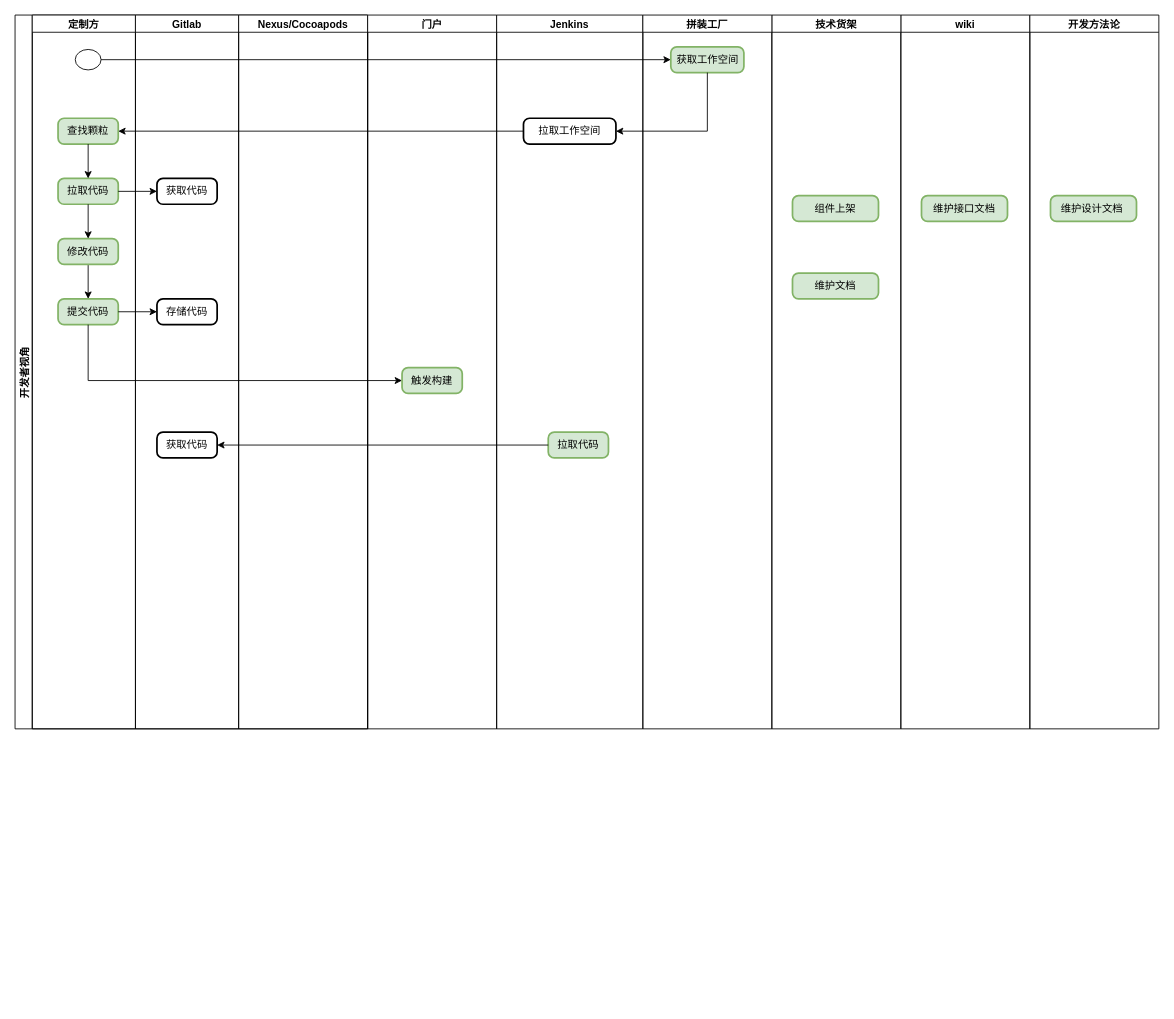
The draw.io diagram page "第 10 页" (10 of 11) of assembly-factory.drawio in kwhitestone/drawio, before the edit. Source tidied: cells renumbered, new cells numbered last; positions are measured from the earlier drawing's top-left corner, leaving out a move shared by most shapes. Both pictures are drawn from the tidied source at 86%, with x=0, y=0 at pixel (15, 15).
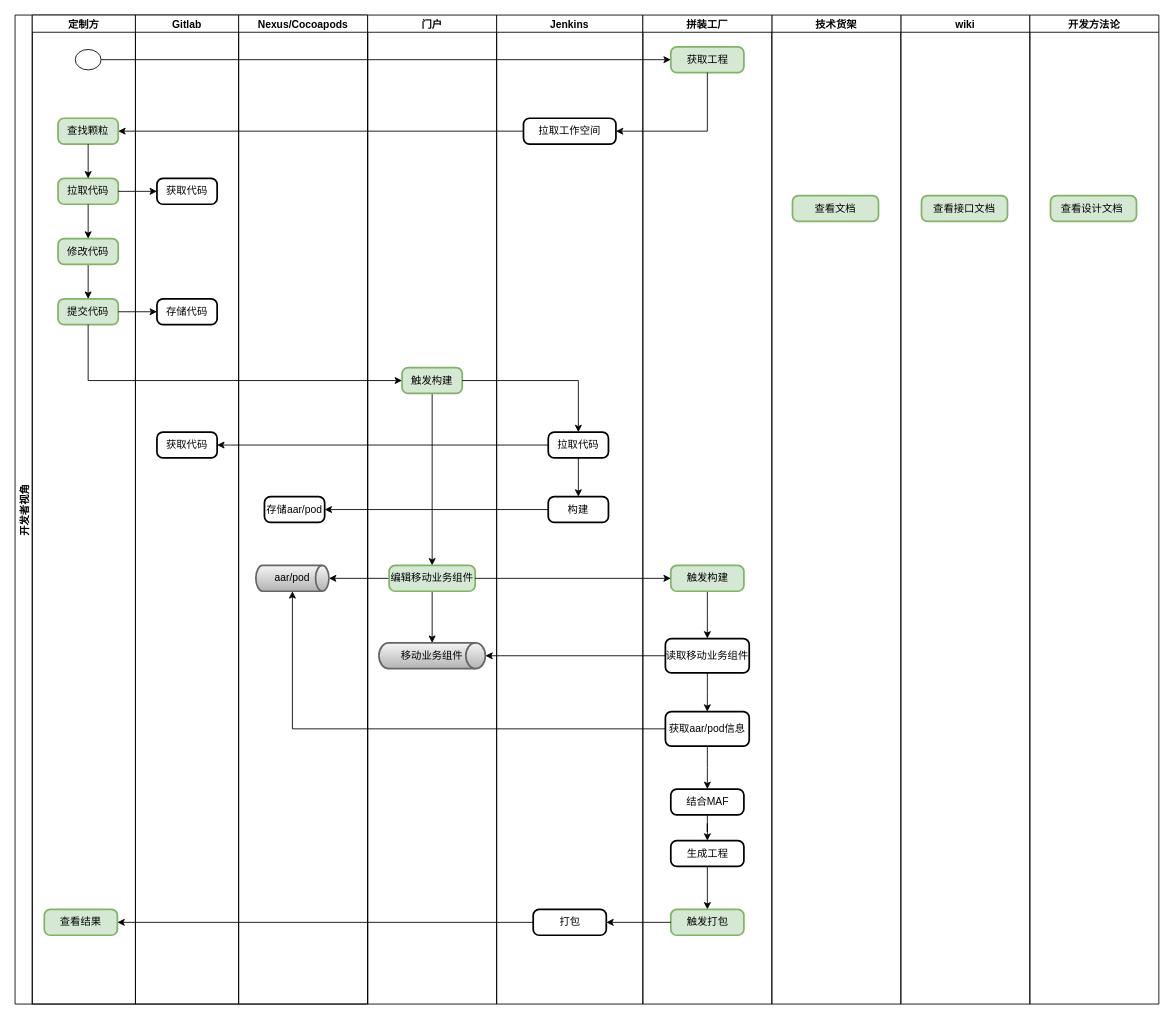
The same page after the edit.

Unchanged cells that the change refers to:
```xml
<mxCell id="20" value="触发构建" style="rounded=1;whiteSpace=wrap;html=1;absoluteArcSize=1;arcSize=14;strokeWidth=2;fillColor=#d5e8d4;strokeColor=#82b366;" parent="19" vertex="1">
  <mxGeometry x="40" y="410" width="70" height="30" as="geometry" />
</mxCell>
```

The edit, as a diff of the source:
```diff
@@
     <mxCell id="2" value="开发者视角" style="swimlane;startSize=20;horizontal=0;" parent="1" vertex="1">
-      <mxGeometry width="410" height="830" as="geometry" />
+      <mxGeometry width="410" height="1150" as="geometry" />
     </mxCell>
     <mxCell id="3" value="定制方" style="swimlane;startSize=20;" parent="2" vertex="1">
-      <mxGeometry x="20" width="120" height="830" as="geometry" />
+      <mxGeometry x="20" width="120" height="1150" as="geometry" />
     </mxCell>
@@
+    <mxCell id="38" value="查看结果" style="rounded=1;whiteSpace=wrap;html=1;absoluteArcSize=1;arcSize=14;strokeWidth=2;fillColor=#d5e8d4;strokeColor=#82b366;" parent="3" vertex="1">
+      <mxGeometry x="14" y="1040" width="85" height="30" as="geometry" />
+    </mxCell>
     <mxCell id="12" value="Gitlab" style="swimlane;startSize=20;" parent="2" vertex="1">
-      <mxGeometry x="140" width="120" height="830" as="geometry" />
+      <mxGeometry x="140" width="120" height="1150" as="geometry" />
     </mxCell>
@@
     <mxCell id="16" value="Nexus/Cocoapods" style="swimlane;startSize=20;" parent="2" vertex="1">
-      <mxGeometry x="260" width="150" height="830" as="geometry" />
+      <mxGeometry x="260" width="150" height="1150" as="geometry" />
     </mxCell>
+    <mxCell id="39" value="存储aar/pod" style="rounded=1;whiteSpace=wrap;html=1;absoluteArcSize=1;arcSize=14;strokeWidth=2;" parent="16" vertex="1">
+      <mxGeometry x="30" y="560" width="70" height="30" as="geometry" />
+    </mxCell>
@@
     <mxCell id="19" value="门户" style="swimlane;startSize=20;" parent="1" vertex="1">
-      <mxGeometry x="410" width="150" height="830" as="geometry" />
+      <mxGeometry x="410" width="150" height="1150" as="geometry" />
     </mxCell>
+    <mxCell id="40" style="edgeStyle=orthogonalEdgeStyle;rounded=0;jettySize=auto;html=1;" parent="19" edge="1" source="20" target="44">
+      <mxGeometry relative="1" as="geometry" />
+    </mxCell>
@@
+    <mxCell id="41" value="aar/pod" style="strokeWidth=2;html=1;shape=mxgraph.flowchart.direct_data;whiteSpace=wrap;fillColor=#f5f5f5;strokeColor=#666666;gradientColor=#b3b3b3;" parent="19" vertex="1">
+      <mxGeometry x="-130" y="640" width="85" height="30" as="geometry" />
+    </mxCell>
+    <mxCell id="42" style="edgeStyle=orthogonalEdgeStyle;rounded=0;jettySize=auto;html=1;entryX=1;entryY=0.5;entryDx=0;entryDy=0;entryPerimeter=0;" parent="19" edge="1" source="44" target="41">
+      <mxGeometry relative="1" as="geometry" />
+    </mxCell>
+    <mxCell id="43" style="edgeStyle=orthogonalEdgeStyle;rounded=0;jettySize=auto;html=1;entryX=0.5;entryY=0;entryDx=0;entryDy=0;entryPerimeter=0;" parent="19" edge="1" source="44" target="45">
+      <mxGeometry relative="1" as="geometry" />
+    </mxCell>
+    <mxCell id="44" value="编辑移动业务组件" style="rounded=1;whiteSpace=wrap;html=1;absoluteArcSize=1;arcSize=14;strokeWidth=2;fillColor=#d5e8d4;strokeColor=#82b366;" parent="19" vertex="1">
+      <mxGeometry x="25" y="640" width="100" height="30" as="geometry" />
+    </mxCell>
+    <mxCell id="45" value="移动业务组件" style="strokeWidth=2;html=1;shape=mxgraph.flowchart.direct_data;whiteSpace=wrap;fillColor=#f5f5f5;strokeColor=#666666;gradientColor=#b3b3b3;" parent="19" vertex="1">
+      <mxGeometry x="13.1" y="730" width="123.8" height="30" as="geometry" />
+    </mxCell>
     <mxCell id="21" value="Jenkins" style="swimlane;startSize=20;" parent="1" vertex="1">
-      <mxGeometry x="560" width="170" height="830" as="geometry" />
+      <mxGeometry x="560" width="170" height="1150" as="geometry" />
     </mxCell>
@@
+    <mxCell id="46" style="edgeStyle=orthogonalEdgeStyle;rounded=0;jettySize=auto;html=1;entryX=0.5;entryY=0;entryDx=0;entryDy=0;" parent="21" edge="1" source="23" target="47">
+      <mxGeometry relative="1" as="geometry" />
+    </mxCell>
-    <mxCell id="23" value="拉取代码" style="rounded=1;whiteSpace=wrap;html=1;absoluteArcSize=1;arcSize=14;strokeWidth=2;fillColor=#d5e8d4;strokeColor=#82b366;" parent="21" vertex="1">
+    <mxCell id="23" value="拉取代码" style="rounded=1;whiteSpace=wrap;html=1;absoluteArcSize=1;arcSize=14;strokeWidth=2;" parent="21" vertex="1">
       <mxGeometry x="60" y="485" width="70" height="30" as="geometry" />
     </mxCell>
+    <mxCell id="47" value="构建" style="rounded=1;whiteSpace=wrap;html=1;absoluteArcSize=1;arcSize=14;strokeWidth=2;" parent="21" vertex="1">
+      <mxGeometry x="60" y="560" width="70" height="30" as="geometry" />
+    </mxCell>
+    <mxCell id="48" value="打包" style="rounded=1;whiteSpace=wrap;html=1;absoluteArcSize=1;arcSize=14;strokeWidth=2;" parent="21" vertex="1">
+      <mxGeometry x="42.5" y="1040" width="85" height="30" as="geometry" />
+    </mxCell>
     <mxCell id="24" value="wiki" style="swimlane;startSize=20;" parent="1" vertex="1">
-      <mxGeometry x="1030" width="150" height="830" as="geometry" />
+      <mxGeometry x="1030" width="150" height="1150" as="geometry" />
     </mxCell>
-    <mxCell id="25" value="维护接口文档" style="rounded=1;whiteSpace=wrap;html=1;absoluteArcSize=1;arcSize=14;strokeWidth=2;fillColor=#d5e8d4;strokeColor=#82b366;" parent="24" vertex="1">
+    <mxCell id="25" value="查看接口文档" style="rounded=1;whiteSpace=wrap;html=1;absoluteArcSize=1;arcSize=14;strokeWidth=2;fillColor=#d5e8d4;strokeColor=#82b366;" parent="24" vertex="1">
       <mxGeometry x="24" y="210" width="100" height="30" as="geometry" />
     </mxCell>
@@
     <mxCell id="27" value="技术货架" style="swimlane;startSize=20;" parent="1" vertex="1">
-      <mxGeometry x="880" width="150" height="830" as="geometry" />
+      <mxGeometry x="880" width="150" height="1150" as="geometry" />
     </mxCell>
-    <mxCell id="28" value="组件上架" style="rounded=1;whiteSpace=wrap;html=1;absoluteArcSize=1;arcSize=14;strokeWidth=2;fillColor=#d5e8d4;strokeColor=#82b366;" parent="27" vertex="1">
-      <mxGeometry x="24" y="210" width="100" height="30" as="geometry" />
-    </mxCell>
-    <mxCell id="29" value="维护文档" style="rounded=1;whiteSpace=wrap;html=1;absoluteArcSize=1;arcSize=14;strokeWidth=2;fillColor=#d5e8d4;strokeColor=#82b366;" parent="27" vertex="1">
-      <mxGeometry x="24" y="300" width="100" height="30" as="geometry" />
+    <mxCell id="29" value="查看文档" style="rounded=1;whiteSpace=wrap;html=1;absoluteArcSize=1;arcSize=14;strokeWidth=2;fillColor=#d5e8d4;strokeColor=#82b366;" parent="27" vertex="1">
+      <mxGeometry x="24" y="210" width="100" height="30" as="geometry" />
     </mxCell>
     <mxCell id="30" value="开发方法论" style="swimlane;startSize=20;" parent="1" vertex="1">
-      <mxGeometry x="1180" width="150" height="830" as="geometry" />
+      <mxGeometry x="1180" width="150" height="1150" as="geometry" />
     </mxCell>
-    <mxCell id="31" value="维护设计文档&amp;nbsp;" style="rounded=1;whiteSpace=wrap;html=1;absoluteArcSize=1;arcSize=14;strokeWidth=2;fillColor=#d5e8d4;strokeColor=#82b366;" parent="30" vertex="1">
+    <mxCell id="31" value="查看设计文档&amp;nbsp;" style="rounded=1;whiteSpace=wrap;html=1;absoluteArcSize=1;arcSize=14;strokeWidth=2;fillColor=#d5e8d4;strokeColor=#82b366;" parent="30" vertex="1">
       <mxGeometry x="24" y="210" width="100" height="30" as="geometry" />
     </mxCell>
     <mxCell id="32" value="拼装工厂" style="swimlane;startSize=20;" parent="1" vertex="1">
-      <mxGeometry x="730" width="150" height="830" as="geometry" />
+      <mxGeometry x="730" width="150" height="1150" as="geometry" />
     </mxCell>
-    <mxCell id="33" value="获取工作空间" style="rounded=1;whiteSpace=wrap;html=1;absoluteArcSize=1;arcSize=14;strokeWidth=2;fillColor=#d5e8d4;strokeColor=#82b366;" parent="32" vertex="1">
+    <mxCell id="33" value="获取工程" style="rounded=1;whiteSpace=wrap;html=1;absoluteArcSize=1;arcSize=14;strokeWidth=2;fillColor=#d5e8d4;strokeColor=#82b366;" parent="32" vertex="1">
       <mxGeometry x="32.5" y="36.9" width="85" height="30" as="geometry" />
     </mxCell>
+    <mxCell id="49" style="edgeStyle=orthogonalEdgeStyle;rounded=0;jettySize=auto;html=1;" parent="32" edge="1" source="50" target="54">
+      <mxGeometry relative="1" as="geometry" />
+    </mxCell>
+    <mxCell id="50" value="触发构建" style="rounded=1;whiteSpace=wrap;html=1;absoluteArcSize=1;arcSize=14;strokeWidth=2;fillColor=#d5e8d4;strokeColor=#82b366;" parent="32" vertex="1">
+      <mxGeometry x="32.5" y="640" width="85" height="30" as="geometry" />
+    </mxCell>
+    <mxCell id="51" style="edgeStyle=orthogonalEdgeStyle;rounded=0;jettySize=auto;html=1;entryX=0.5;entryY=0;entryDx=0;entryDy=0;" parent="32" edge="1" source="52" target="58">
+      <mxGeometry relative="1" as="geometry" />
+    </mxCell>
+    <mxCell id="52" value="结合MAF" style="rounded=1;whiteSpace=wrap;html=1;absoluteArcSize=1;arcSize=14;strokeWidth=2;" parent="32" vertex="1">
+      <mxGeometry x="32.5" y="900" width="85" height="30" as="geometry" />
+    </mxCell>
+    <mxCell id="53" style="edgeStyle=orthogonalEdgeStyle;rounded=0;jettySize=auto;html=1;entryX=0.5;entryY=0;entryDx=0;entryDy=0;" parent="32" edge="1" source="54" target="56">
+      <mxGeometry relative="1" as="geometry" />
+    </mxCell>
+    <mxCell id="54" value="读取移动业务组件" style="rounded=1;whiteSpace=wrap;html=1;absoluteArcSize=1;arcSize=14;strokeWidth=2;" parent="32" vertex="1">
+      <mxGeometry x="26.2" y="725" width="97.5" height="40" as="geometry" />
+    </mxCell>
+    <mxCell id="55" style="edgeStyle=orthogonalEdgeStyle;rounded=0;jettySize=auto;html=1;entryX=0.5;entryY=0;entryDx=0;entryDy=0;" parent="32" edge="1" source="56" target="52">
+      <mxGeometry relative="1" as="geometry" />
+    </mxCell>
+    <mxCell id="56" value="获取aar/pod信息" style="rounded=1;whiteSpace=wrap;html=1;absoluteArcSize=1;arcSize=14;strokeWidth=2;" parent="32" vertex="1">
+      <mxGeometry x="26.2" y="810" width="97.5" height="40" as="geometry" />
+    </mxCell>
+    <mxCell id="57" style="edgeStyle=orthogonalEdgeStyle;rounded=0;jettySize=auto;html=1;entryX=0.5;entryY=0;entryDx=0;entryDy=0;" parent="32" edge="1" source="58" target="59">
+      <mxGeometry relative="1" as="geometry" />
+    </mxCell>
+    <mxCell id="58" value="生成工程" style="rounded=1;whiteSpace=wrap;html=1;absoluteArcSize=1;arcSize=14;strokeWidth=2;" parent="32" vertex="1">
+      <mxGeometry x="32.5" y="960" width="85" height="30" as="geometry" />
+    </mxCell>
+    <mxCell id="59" value="触发打包" style="rounded=1;whiteSpace=wrap;html=1;absoluteArcSize=1;arcSize=14;strokeWidth=2;fillColor=#d5e8d4;strokeColor=#82b366;" parent="32" vertex="1">
+      <mxGeometry x="32.5" y="1040" width="85" height="30" as="geometry" />
+    </mxCell>
@@
+    <mxCell id="60" style="edgeStyle=orthogonalEdgeStyle;rounded=0;jettySize=auto;html=1;entryX=0.5;entryY=0;entryDx=0;entryDy=0;" parent="1" edge="1" source="20" target="23">
+      <mxGeometry relative="1" as="geometry" />
+    </mxCell>
+    <mxCell id="61" style="edgeStyle=orthogonalEdgeStyle;rounded=0;jettySize=auto;html=1;entryX=1;entryY=0.5;entryDx=0;entryDy=0;" parent="1" edge="1" source="47" target="39">
+      <mxGeometry relative="1" as="geometry" />
+    </mxCell>
+    <mxCell id="62" style="edgeStyle=orthogonalEdgeStyle;rounded=0;jettySize=auto;html=1;entryX=0;entryY=0.5;entryDx=0;entryDy=0;" parent="1" edge="1" source="44" target="50">
+      <mxGeometry relative="1" as="geometry" />
+    </mxCell>
+    <mxCell id="63" style="edgeStyle=orthogonalEdgeStyle;rounded=0;jettySize=auto;html=1;entryX=1;entryY=0.5;entryDx=0;entryDy=0;entryPerimeter=0;" parent="1" edge="1" source="54" target="45">
+      <mxGeometry relative="1" as="geometry" />
+    </mxCell>
+    <mxCell id="64" style="edgeStyle=orthogonalEdgeStyle;rounded=0;jettySize=auto;html=1;entryX=0.5;entryY=1;entryDx=0;entryDy=0;entryPerimeter=0;" parent="1" edge="1" source="56" target="41">
+      <mxGeometry relative="1" as="geometry" />
+    </mxCell>
+    <mxCell id="65" style="edgeStyle=orthogonalEdgeStyle;rounded=0;jettySize=auto;html=1;entryX=1;entryY=0.5;entryDx=0;entryDy=0;" parent="1" edge="1" source="59" target="48">
+      <mxGeometry relative="1" as="geometry" />
+    </mxCell>
+    <mxCell id="66" style="edgeStyle=orthogonalEdgeStyle;rounded=0;jettySize=auto;html=1;entryX=1;entryY=0.5;entryDx=0;entryDy=0;" parent="1" edge="1" source="48" target="38">
+      <mxGeometry relative="1" as="geometry" />
+    </mxCell>
```
